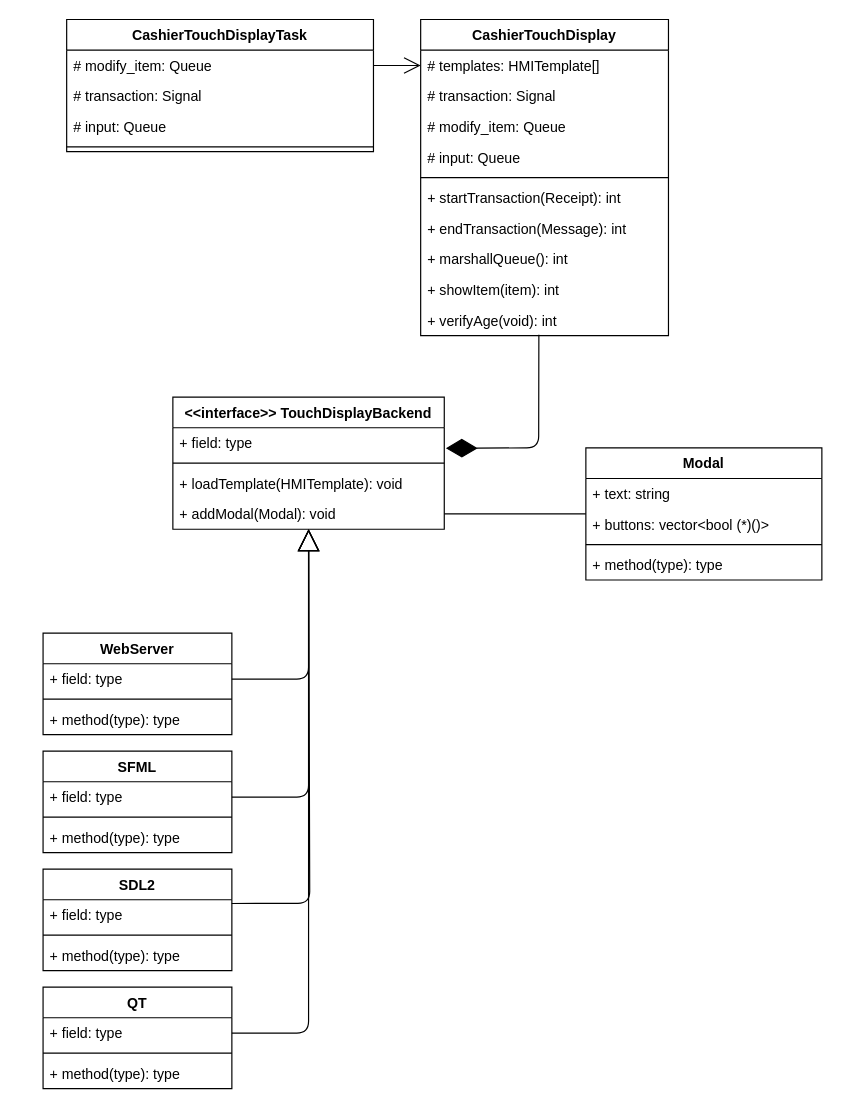
Earlier version of the draw.io diagram page "Page-1" (1 of 2) of diagrams/CashierHMI.drawio (LasseGoransson/ESD-E2020). Source tidied: cells renumbered, new cells numbered last; positions are measured from the earlier drawing's top-left corner, leaving out a move shared by most shapes. Both pictures are drawn from the tidied source at 118%, with x=0, y=0 at pixel (42, 19).
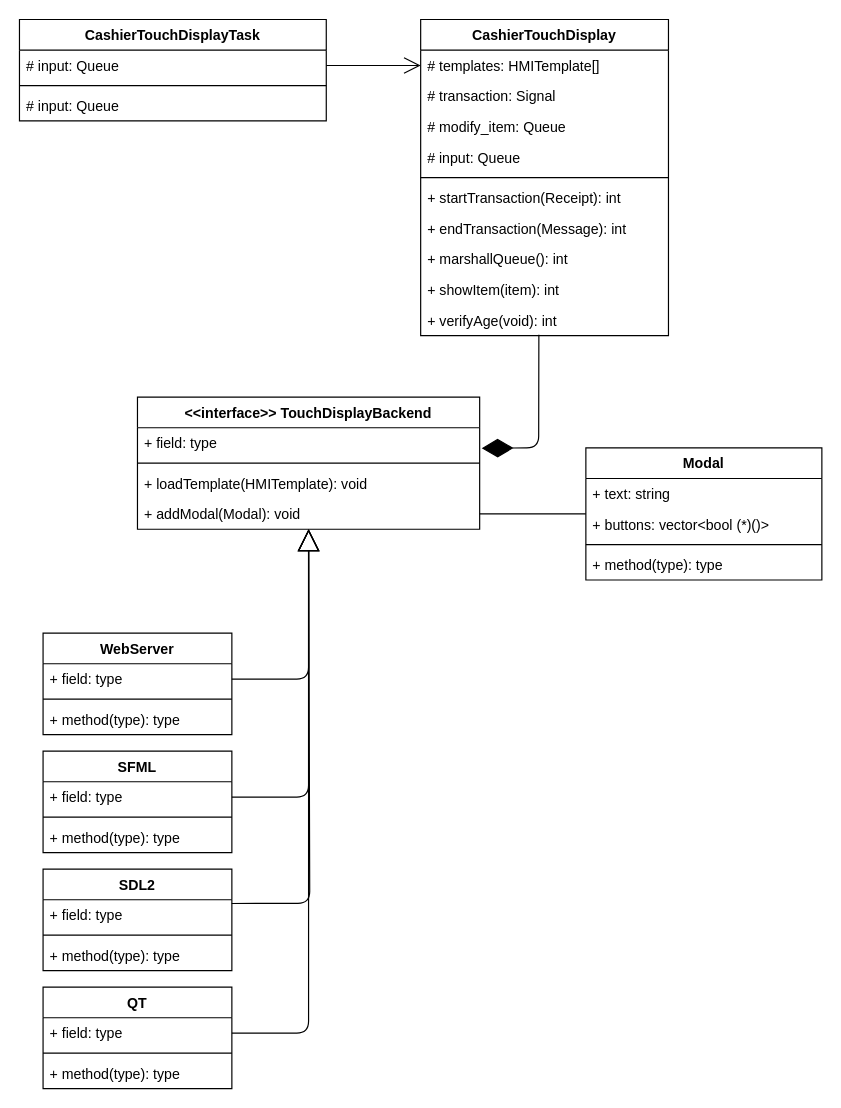
After the change.

Commit message:
Cashier HMI State machine

Unchanged cells that the change refers to:
```xml
<mxCell id="18" value="# templates: HMITemplate[]" style="text;strokeColor=none;fillColor=none;align=left;verticalAlign=top;spacingLeft=4;spacingRight=4;overflow=hidden;points=[[0,0.5],[1,0.5]];portConstraint=eastwest;" parent="17" vertex="1">
  <mxGeometry y="26" width="210" height="26" as="geometry" />
</mxCell>
```

What changed in the source:
```diff
@@
-    <mxCell id="4" style="endArrow=open;endFill=1;endSize=12;html=1;strokeColor=#000000;exitX=1;exitY=0.5;exitDx=0;exitDy=0;" parent="1" edge="1" source="29" target="18">
+    <mxCell id="4" style="endArrow=open;endFill=1;endSize=12;html=1;strokeColor=#000000;exitX=1;exitY=0.5;exitDx=0;exitDy=0;" parent="1" edge="1" source="31" target="18">
       <mxGeometry relative="1" as="geometry" />
     </mxCell>
@@
     <mxCell id="28" value="CashierTouchDisplayTask" style="swimlane;fontStyle=1;align=center;verticalAlign=top;horizontal=1;startSize=26;strokeColor=#000000;" parent="1" vertex="1">
-      <mxGeometry x="20" width="260" height="112" as="geometry" />
+      <mxGeometry x="-20" width="260" height="86" as="geometry" />
     </mxCell>
-    <mxCell id="29" value="# modify_item: Queue" style="text;strokeColor=none;fillColor=none;align=left;verticalAlign=top;spacingLeft=4;spacingRight=4;overflow=hidden;points=[[0,0.5],[1,0.5]];portConstraint=eastwest;" parent="28" vertex="1">
-      <mxGeometry y="26" width="260" height="26" as="geometry" />
-    </mxCell>
-    <mxCell id="30" value="# transaction: Signal" style="text;strokeColor=none;fillColor=none;align=left;verticalAlign=top;spacingLeft=4;spacingRight=4;overflow=hidden;" parent="28" vertex="1">
-      <mxGeometry y="52" width="260" height="26" as="geometry" />
-    </mxCell>
     <mxCell id="31" value="# input: Queue" style="text;strokeColor=none;fillColor=none;align=left;verticalAlign=top;spacingLeft=4;spacingRight=4;overflow=hidden;points=[[0,0.5],[1,0.5]];portConstraint=eastwest;" parent="28" vertex="1">
-      <mxGeometry y="78" width="260" height="26" as="geometry" />
+      <mxGeometry y="26" width="260" height="26" as="geometry" />
     </mxCell>
     <mxCell id="32" style="line;strokeWidth=1;fillColor=none;align=left;verticalAlign=middle;spacingTop=-1;spacingLeft=3;spacingRight=3;labelPosition=right;" parent="28" vertex="1">
-      <mxGeometry y="104" width="260" height="8" as="geometry" />
+      <mxGeometry y="52" width="260" height="8" as="geometry" />
     </mxCell>
+    <mxCell id="51" value="# input: Queue" style="text;strokeColor=none;fillColor=none;align=left;verticalAlign=top;spacingLeft=4;spacingRight=4;overflow=hidden;" parent="28" vertex="1">
+      <mxGeometry y="60" width="260" height="26" as="geometry" />
+    </mxCell>
@@
+    <mxCell id="46" value="Modal" style="swimlane;fontStyle=1;align=center;verticalAlign=top;horizontal=1;startSize=26;strokeColor=#000000;" parent="1" vertex="1">
+      <mxGeometry x="460" y="363" width="200" height="112" as="geometry" />
+    </mxCell>
+    <mxCell id="47" value="+ text: string" style="text;strokeColor=none;fillColor=none;align=left;verticalAlign=top;spacingLeft=4;spacingRight=4;overflow=hidden;" parent="46" vertex="1">
+      <mxGeometry y="26" width="200" height="26" as="geometry" />
+    </mxCell>
+    <mxCell id="48" value="+ buttons: vector&lt;bool (*)()&gt;" style="text;strokeColor=none;fillColor=none;align=left;verticalAlign=top;spacingLeft=4;spacingRight=4;overflow=hidden;" parent="46" vertex="1">
+      <mxGeometry y="52" width="200" height="26" as="geometry" />
+    </mxCell>
+    <mxCell id="49" style="line;strokeWidth=1;fillColor=none;align=left;verticalAlign=middle;spacingTop=-1;spacingLeft=3;spacingRight=3;labelPosition=right;" parent="46" vertex="1">
+      <mxGeometry y="78" width="200" height="8" as="geometry" />
+    </mxCell>
+    <mxCell id="50" value="+ method(type): type" style="text;strokeColor=none;fillColor=none;align=left;verticalAlign=top;spacingLeft=4;spacingRight=4;overflow=hidden;" parent="46" vertex="1">
+      <mxGeometry y="86" width="200" height="26" as="geometry" />
+    </mxCell>
     <mxCell id="41" value="&lt;&lt;interface&gt;&gt; TouchDisplayBackend" style="swimlane;fontStyle=1;align=center;verticalAlign=top;horizontal=1;startSize=26;strokeColor=#000000;" parent="1" vertex="1">
-      <mxGeometry x="110" y="320" width="230" height="112" as="geometry" />
+      <mxGeometry x="80" y="320" width="290" height="112" as="geometry" />
     </mxCell>
     <mxCell id="42" value="+ field: type" style="text;strokeColor=none;fillColor=none;align=left;verticalAlign=top;spacingLeft=4;spacingRight=4;overflow=hidden;points=[[0,0.5],[1,0.5]];portConstraint=eastwest;" parent="41" vertex="1">
-      <mxGeometry y="26" width="230" height="26" as="geometry" />
+      <mxGeometry y="26" width="290" height="26" as="geometry" />
     </mxCell>
     <mxCell id="43" style="line;strokeWidth=1;fillColor=none;align=left;verticalAlign=middle;spacingTop=-1;spacingLeft=3;spacingRight=3;labelPosition=right;" parent="41" vertex="1">
-      <mxGeometry y="52" width="230" height="8" as="geometry" />
+      <mxGeometry y="52" width="290" height="8" as="geometry" />
     </mxCell>
     <mxCell id="44" value="+ loadTemplate(HMITemplate): void" style="text;strokeColor=none;fillColor=none;align=left;verticalAlign=top;spacingLeft=4;spacingRight=4;overflow=hidden;" parent="41" vertex="1">
-      <mxGeometry y="60" width="230" height="26" as="geometry" />
+      <mxGeometry y="60" width="290" height="26" as="geometry" />
     </mxCell>
     <mxCell id="45" value="+ addModal(Modal): void" style="text;strokeColor=none;fillColor=none;align=left;verticalAlign=top;spacingLeft=4;spacingRight=4;overflow=hidden;points=[[0,0.5],[1,0.5]];portConstraint=eastwest;" parent="41" vertex="1">
-      <mxGeometry y="86" width="230" height="26" as="geometry" />
+      <mxGeometry y="86" width="290" height="26" as="geometry" />
     </mxCell>
-    <mxCell id="46" value="Modal" style="swimlane;fontStyle=1;align=center;verticalAlign=top;horizontal=1;startSize=26;strokeColor=#000000;" parent="1" vertex="1">
-      <mxGeometry x="460" y="363" width="200" height="112" as="geometry" />
-    </mxCell>
-    <mxCell id="47" value="+ text: string" style="text;strokeColor=none;fillColor=none;align=left;verticalAlign=top;spacingLeft=4;spacingRight=4;overflow=hidden;" parent="46" vertex="1">
-      <mxGeometry y="26" width="200" height="26" as="geometry" />
-    </mxCell>
-    <mxCell id="48" value="+ buttons: vector&lt;bool (*)()&gt;" style="text;strokeColor=none;fillColor=none;align=left;verticalAlign=top;spacingLeft=4;spacingRight=4;overflow=hidden;" parent="46" vertex="1">
-      <mxGeometry y="52" width="200" height="26" as="geometry" />
-    </mxCell>
-    <mxCell id="49" style="line;strokeWidth=1;fillColor=none;align=left;verticalAlign=middle;spacingTop=-1;spacingLeft=3;spacingRight=3;labelPosition=right;" parent="46" vertex="1">
-      <mxGeometry y="78" width="200" height="8" as="geometry" />
-    </mxCell>
-    <mxCell id="50" value="+ method(type): type" style="text;strokeColor=none;fillColor=none;align=left;verticalAlign=top;spacingLeft=4;spacingRight=4;overflow=hidden;" parent="46" vertex="1">
-      <mxGeometry y="86" width="200" height="26" as="geometry" />
-    </mxCell>
```
